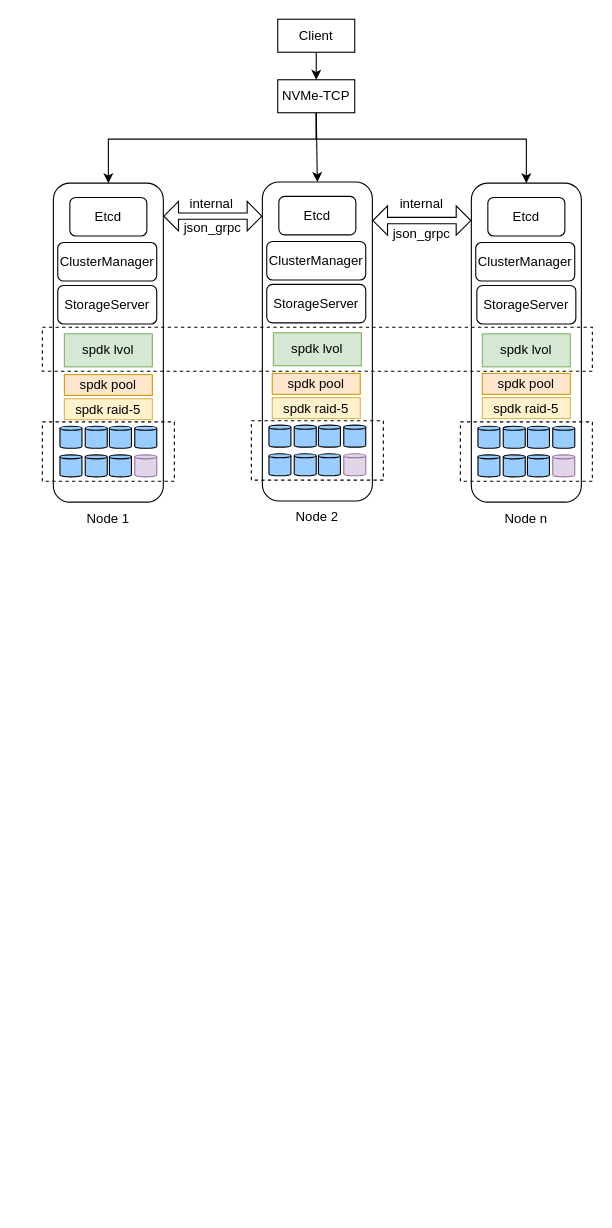
This is 块存储架构.drawio from luqitao/drawio_files, a draw.io file, before an edit. Source tidied: cells renumbered, new cells numbered last; positions are measured from the earlier drawing's top-left corner, leaving out a move shared by most shapes. Both pictures are drawn from the tidied source at 110%, with x=0, y=0 at pixel (42, 19).
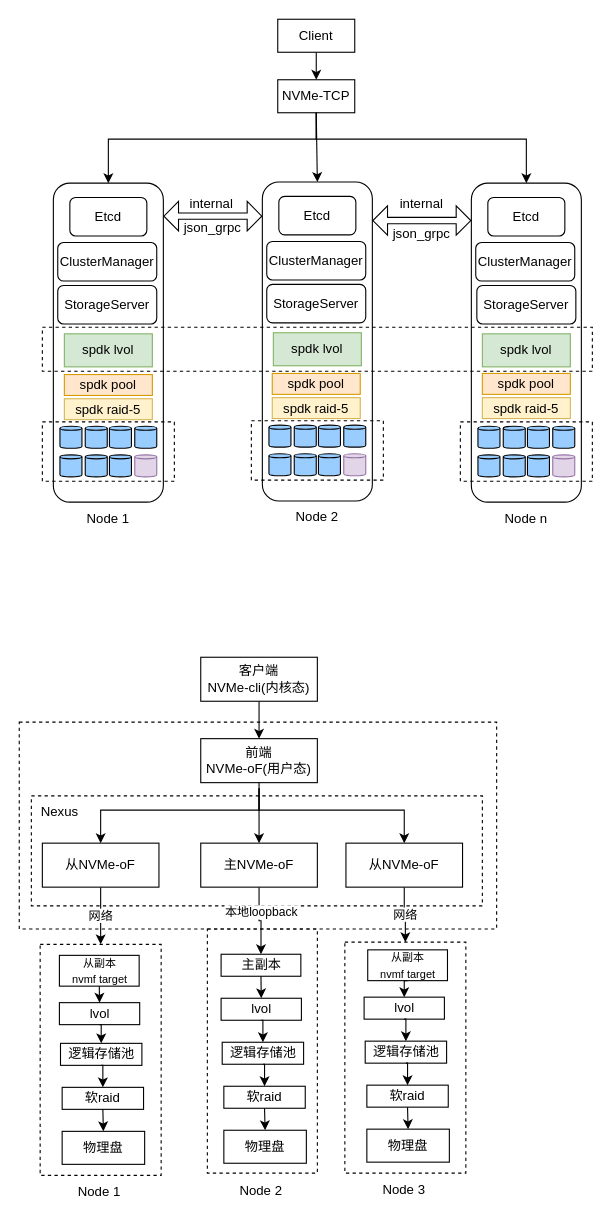
Above is the later version.

Commit message:
Update 块存储架构.drawio

The edit, as a diff of the source:
```diff
@@
+    <mxCell id="72" style="rounded=0;whiteSpace=wrap;html=1;fillColor=none;dashed=1;" parent="1" vertex="1">
+      <mxGeometry x="275" y="839" width="110" height="210" as="geometry" />
+    </mxCell>
+    <mxCell id="73" style="rounded=0;whiteSpace=wrap;html=1;fillColor=none;dashed=1;" parent="1" vertex="1">
+      <mxGeometry x="-2" y="841" width="110" height="210" as="geometry" />
+    </mxCell>
+    <mxCell id="74" style="rounded=0;whiteSpace=wrap;html=1;fillColor=none;dashed=1;" parent="1" vertex="1">
+      <mxGeometry x="-21" y="639" width="434" height="188" as="geometry" />
+    </mxCell>
+    <mxCell id="75" style="rounded=0;whiteSpace=wrap;html=1;fillColor=none;dashed=1;" parent="1" vertex="1">
+      <mxGeometry x="-10" y="706" width="410" height="100" as="geometry" />
+    </mxCell>
@@
+    <mxCell id="76" style="edgeStyle=orthogonalEdgeStyle;rounded=0;jettySize=auto;html=1;exitX=0.5;exitY=1;exitDx=0;exitDy=0;entryX=0.5;entryY=0;entryDx=0;entryDy=0;" parent="1" edge="1" source="79" target="82">
+      <mxGeometry relative="1" as="geometry" />
+    </mxCell>
+    <mxCell id="77" style="edgeStyle=orthogonalEdgeStyle;rounded=0;jettySize=auto;html=1;entryX=0.5;entryY=0;entryDx=0;entryDy=0;" parent="1" edge="1" target="86">
+      <mxGeometry relative="1" as="geometry">
+        <mxPoint x="197" y="699" as="sourcePoint" />
+        <Array as="points">
+          <mxPoint x="197" y="719" />
+          <mxPoint x="53" y="719" />
+        </Array>
+      </mxGeometry>
+    </mxCell>
+    <mxCell id="78" style="edgeStyle=orthogonalEdgeStyle;rounded=0;jettySize=auto;html=1;entryX=0.5;entryY=0;entryDx=0;entryDy=0;" parent="1" edge="1" target="84">
+      <mxGeometry relative="1" as="geometry">
+        <mxPoint x="197" y="699" as="sourcePoint" />
+        <Array as="points">
+          <mxPoint x="197" y="719" />
+          <mxPoint x="329" y="719" />
+        </Array>
+      </mxGeometry>
+    </mxCell>
+    <mxCell id="79" value="前端&lt;br&gt;NVMe-oF(用户态)" style="rounded=0;whiteSpace=wrap;html=1;strokeWidth=1;fillColor=#FFFFFF;" parent="1" vertex="1">
+      <mxGeometry x="144" y="654" width="106" height="40" as="geometry" />
+    </mxCell>
+    <mxCell id="80" style="edgeStyle=orthogonalEdgeStyle;rounded=0;jettySize=auto;html=1;entryX=0.5;entryY=0;entryDx=0;entryDy=0;" parent="1" edge="1" source="82" target="90">
+      <mxGeometry relative="1" as="geometry" />
+    </mxCell>
+    <mxCell id="81" value="本地loopback" style="edgeLabel;html=1;align=center;verticalAlign=middle;" parent="80" vertex="1">
+      <mxGeometry x="-0.31" y="1" relative="1" as="geometry" />
+    </mxCell>
+    <mxCell id="82" value="主NVMe-oF" style="rounded=0;whiteSpace=wrap;html=1;strokeWidth=1;fillColor=#FFFFFF;" parent="1" vertex="1">
+      <mxGeometry x="144" y="749" width="106" height="40" as="geometry" />
+    </mxCell>
+    <mxCell id="83" value="网络" style="edgeStyle=orthogonalEdgeStyle;rounded=0;jettySize=auto;html=1;exitX=0.5;exitY=1;exitDx=0;exitDy=0;" parent="1" edge="1" source="84" target="72">
+      <mxGeometry relative="1" as="geometry" />
+    </mxCell>
+    <mxCell id="84" value="从NVMe-oF" style="rounded=0;whiteSpace=wrap;html=1;strokeWidth=1;fillColor=#FFFFFF;" parent="1" vertex="1">
+      <mxGeometry x="276" y="749" width="106" height="40" as="geometry" />
+    </mxCell>
+    <mxCell id="85" value="网络" style="edgeStyle=orthogonalEdgeStyle;rounded=0;jettySize=auto;html=1;exitX=0.5;exitY=1;exitDx=0;exitDy=0;entryX=0.5;entryY=0;entryDx=0;entryDy=0;" parent="1" edge="1" source="86" target="73">
+      <mxGeometry relative="1" as="geometry" />
+    </mxCell>
+    <mxCell id="86" value="从NVMe-oF" style="rounded=0;whiteSpace=wrap;html=1;strokeWidth=1;fillColor=#FFFFFF;" parent="1" vertex="1">
+      <mxGeometry y="749" width="106" height="40" as="geometry" />
+    </mxCell>
+    <mxCell id="87" style="edgeStyle=orthogonalEdgeStyle;rounded=0;jettySize=auto;html=1;exitX=0.5;exitY=1;exitDx=0;exitDy=0;entryX=0.5;entryY=0;entryDx=0;entryDy=0;" parent="1" edge="1" source="88" target="79">
+      <mxGeometry relative="1" as="geometry" />
+    </mxCell>
+    <mxCell id="88" value="客户端&lt;br&gt;NVMe-cli(内核态)" style="rounded=0;whiteSpace=wrap;html=1;strokeWidth=1;fillColor=#FFFFFF;" parent="1" vertex="1">
+      <mxGeometry x="144" y="580" width="106" height="40" as="geometry" />
+    </mxCell>
+    <mxCell id="89" value="Nexus" style="text;html=1;strokeColor=none;fillColor=none;align=center;verticalAlign=middle;whiteSpace=wrap;rounded=0;" parent="1" vertex="1">
+      <mxGeometry x="-14" y="706" width="60" height="30" as="geometry" />
+    </mxCell>
+    <mxCell id="90" value="主副本" style="rounded=0;whiteSpace=wrap;html=1;strokeColor=#000000;strokeWidth=1;fillColor=#FFFFFF;" parent="1" vertex="1">
+      <mxGeometry x="162.5" y="850" width="72.5" height="20" as="geometry" />
+    </mxCell>
+    <mxCell id="91" value="lvol" style="whiteSpace=wrap;html=1;rounded=0;strokeColor=#000000;strokeWidth=1;fillColor=#FFFFFF;" parent="1" vertex="1">
+      <mxGeometry x="162.5" y="890" width="73" height="20" as="geometry" />
+    </mxCell>
+    <mxCell id="92" style="edgeStyle=orthogonalEdgeStyle;rounded=0;jettySize=auto;html=1;exitX=0.5;exitY=1;exitDx=0;exitDy=0;entryX=0.5;entryY=0;entryDx=0;entryDy=0;" parent="1" edge="1" source="90" target="91">
+      <mxGeometry relative="1" as="geometry" />
+    </mxCell>
+    <mxCell id="93" value="逻辑存储池" style="whiteSpace=wrap;html=1;rounded=0;strokeColor=#000000;strokeWidth=1;fillColor=#FFFFFF;" parent="1" vertex="1">
+      <mxGeometry x="163.5" y="930" width="74" height="20" as="geometry" />
+    </mxCell>
+    <mxCell id="94" style="edgeStyle=orthogonalEdgeStyle;rounded=0;jettySize=auto;html=1;exitX=0.5;exitY=1;exitDx=0;exitDy=0;entryX=0.5;entryY=0;entryDx=0;entryDy=0;" parent="1" edge="1" source="91" target="93">
+      <mxGeometry relative="1" as="geometry" />
+    </mxCell>
+    <mxCell id="95" value="软raid" style="whiteSpace=wrap;html=1;rounded=0;strokeColor=#000000;strokeWidth=1;fillColor=#FFFFFF;" parent="1" vertex="1">
+      <mxGeometry x="165" y="970" width="74" height="20" as="geometry" />
+    </mxCell>
+    <mxCell id="96" style="edgeStyle=orthogonalEdgeStyle;rounded=0;jettySize=auto;html=1;exitX=0.5;exitY=1;exitDx=0;exitDy=0;entryX=0.5;entryY=0;entryDx=0;entryDy=0;" parent="1" edge="1" source="93" target="95">
+      <mxGeometry relative="1" as="geometry" />
+    </mxCell>
+    <mxCell id="97" value="物理盘" style="whiteSpace=wrap;html=1;rounded=0;strokeColor=#000000;strokeWidth=1;fillColor=#FFFFFF;" parent="1" vertex="1">
+      <mxGeometry x="165" y="1010" width="75" height="30" as="geometry" />
+    </mxCell>
+    <mxCell id="98" style="edgeStyle=orthogonalEdgeStyle;rounded=0;jettySize=auto;html=1;exitX=0.5;exitY=1;exitDx=0;exitDy=0;entryX=0.5;entryY=0;entryDx=0;entryDy=0;" parent="1" edge="1" source="95" target="97">
+      <mxGeometry relative="1" as="geometry" />
+    </mxCell>
+    <mxCell id="99" style="rounded=0;whiteSpace=wrap;html=1;fillColor=none;dashed=1;" parent="1" vertex="1">
+      <mxGeometry x="150" y="827" width="100" height="222" as="geometry" />
+    </mxCell>
+    <mxCell id="100" value="Node 2" style="text;html=1;strokeColor=none;fillColor=none;align=center;verticalAlign=middle;whiteSpace=wrap;rounded=0;" parent="1" vertex="1">
+      <mxGeometry x="168.8" y="1050" width="60" height="30" as="geometry" />
+    </mxCell>
+    <mxCell id="101" value="&lt;font style=&quot;font-size: 10px&quot;&gt;从副本&lt;br&gt;nvmf target&lt;/font&gt;" style="rounded=0;whiteSpace=wrap;html=1;strokeColor=#000000;strokeWidth=1;fillColor=#FFFFFF;" parent="1" vertex="1">
+      <mxGeometry x="15.5" y="851" width="72.5" height="28" as="geometry" />
+    </mxCell>
+    <mxCell id="102" value="lvol" style="whiteSpace=wrap;html=1;rounded=0;strokeColor=#000000;strokeWidth=1;fillColor=#FFFFFF;" parent="1" vertex="1">
+      <mxGeometry x="15.5" y="894" width="73" height="20" as="geometry" />
+    </mxCell>
+    <mxCell id="103" style="edgeStyle=orthogonalEdgeStyle;rounded=0;jettySize=auto;html=1;exitX=0.5;exitY=1;exitDx=0;exitDy=0;entryX=0.5;entryY=0;entryDx=0;entryDy=0;" parent="1" edge="1" source="101" target="102">
+      <mxGeometry relative="1" as="geometry" />
+    </mxCell>
+    <mxCell id="104" value="逻辑存储池" style="whiteSpace=wrap;html=1;rounded=0;strokeColor=#000000;strokeWidth=1;fillColor=#FFFFFF;" parent="1" vertex="1">
+      <mxGeometry x="16.5" y="931" width="74" height="20" as="geometry" />
+    </mxCell>
+    <mxCell id="105" style="edgeStyle=orthogonalEdgeStyle;rounded=0;jettySize=auto;html=1;exitX=0.5;exitY=1;exitDx=0;exitDy=0;entryX=0.5;entryY=0;entryDx=0;entryDy=0;" parent="1" edge="1" source="102" target="104">
+      <mxGeometry relative="1" as="geometry" />
+    </mxCell>
+    <mxCell id="106" value="软raid" style="whiteSpace=wrap;html=1;rounded=0;strokeColor=#000000;strokeWidth=1;fillColor=#FFFFFF;" parent="1" vertex="1">
+      <mxGeometry x="18" y="971" width="74" height="20" as="geometry" />
+    </mxCell>
+    <mxCell id="107" style="edgeStyle=orthogonalEdgeStyle;rounded=0;jettySize=auto;html=1;exitX=0.5;exitY=1;exitDx=0;exitDy=0;entryX=0.5;entryY=0;entryDx=0;entryDy=0;" parent="1" edge="1" source="104" target="106">
+      <mxGeometry relative="1" as="geometry" />
+    </mxCell>
+    <mxCell id="108" value="物理盘" style="whiteSpace=wrap;html=1;rounded=0;strokeColor=#000000;strokeWidth=1;fillColor=#FFFFFF;" parent="1" vertex="1">
+      <mxGeometry x="18" y="1011" width="75" height="30" as="geometry" />
+    </mxCell>
+    <mxCell id="109" style="edgeStyle=orthogonalEdgeStyle;rounded=0;jettySize=auto;html=1;exitX=0.5;exitY=1;exitDx=0;exitDy=0;entryX=0.5;entryY=0;entryDx=0;entryDy=0;" parent="1" edge="1" source="106" target="108">
+      <mxGeometry relative="1" as="geometry" />
+    </mxCell>
+    <mxCell id="110" value="Node 1" style="text;html=1;strokeColor=none;fillColor=none;align=center;verticalAlign=middle;whiteSpace=wrap;rounded=0;" parent="1" vertex="1">
+      <mxGeometry x="21.8" y="1051" width="60" height="30" as="geometry" />
+    </mxCell>
+    <mxCell id="111" value="&lt;font style=&quot;font-size: 10px&quot;&gt;从副本&lt;br&gt;nvmf target&lt;/font&gt;" style="rounded=0;whiteSpace=wrap;html=1;strokeColor=#000000;strokeWidth=1;fillColor=#FFFFFF;" parent="1" vertex="1">
+      <mxGeometry x="295.8" y="846" width="72.5" height="28" as="geometry" />
+    </mxCell>
+    <mxCell id="112" value="lvol" style="whiteSpace=wrap;html=1;rounded=0;strokeColor=#000000;strokeWidth=1;fillColor=#FFFFFF;" parent="1" vertex="1">
+      <mxGeometry x="292.5" y="889" width="73" height="20" as="geometry" />
+    </mxCell>
+    <mxCell id="113" style="edgeStyle=orthogonalEdgeStyle;rounded=0;jettySize=auto;html=1;exitX=0.5;exitY=1;exitDx=0;exitDy=0;entryX=0.5;entryY=0;entryDx=0;entryDy=0;" parent="1" edge="1" source="111" target="112">
+      <mxGeometry relative="1" as="geometry" />
+    </mxCell>
+    <mxCell id="114" value="逻辑存储池" style="whiteSpace=wrap;html=1;rounded=0;strokeColor=#000000;strokeWidth=1;fillColor=#FFFFFF;" parent="1" vertex="1">
+      <mxGeometry x="293.5" y="929" width="74" height="20" as="geometry" />
+    </mxCell>
+    <mxCell id="115" style="edgeStyle=orthogonalEdgeStyle;rounded=0;jettySize=auto;html=1;exitX=0.5;exitY=1;exitDx=0;exitDy=0;entryX=0.5;entryY=0;entryDx=0;entryDy=0;" parent="1" edge="1" source="112" target="114">
+      <mxGeometry relative="1" as="geometry" />
+    </mxCell>
+    <mxCell id="116" value="软raid" style="whiteSpace=wrap;html=1;rounded=0;strokeColor=#000000;strokeWidth=1;fillColor=#FFFFFF;" parent="1" vertex="1">
+      <mxGeometry x="295" y="969" width="74" height="20" as="geometry" />
+    </mxCell>
+    <mxCell id="117" style="edgeStyle=orthogonalEdgeStyle;rounded=0;jettySize=auto;html=1;exitX=0.5;exitY=1;exitDx=0;exitDy=0;entryX=0.5;entryY=0;entryDx=0;entryDy=0;" parent="1" edge="1" source="114" target="116">
+      <mxGeometry relative="1" as="geometry" />
+    </mxCell>
+    <mxCell id="118" value="物理盘" style="whiteSpace=wrap;html=1;rounded=0;strokeColor=#000000;strokeWidth=1;fillColor=#FFFFFF;" parent="1" vertex="1">
+      <mxGeometry x="295" y="1009" width="75" height="30" as="geometry" />
+    </mxCell>
+    <mxCell id="119" style="edgeStyle=orthogonalEdgeStyle;rounded=0;jettySize=auto;html=1;exitX=0.5;exitY=1;exitDx=0;exitDy=0;entryX=0.5;entryY=0;entryDx=0;entryDy=0;" parent="1" edge="1" source="116" target="118">
+      <mxGeometry relative="1" as="geometry" />
+    </mxCell>
+    <mxCell id="120" value="Node 3" style="text;html=1;strokeColor=none;fillColor=none;align=center;verticalAlign=middle;whiteSpace=wrap;rounded=0;" parent="1" vertex="1">
+      <mxGeometry x="298.8" y="1049" width="60" height="30" as="geometry" />
+    </mxCell>
```
